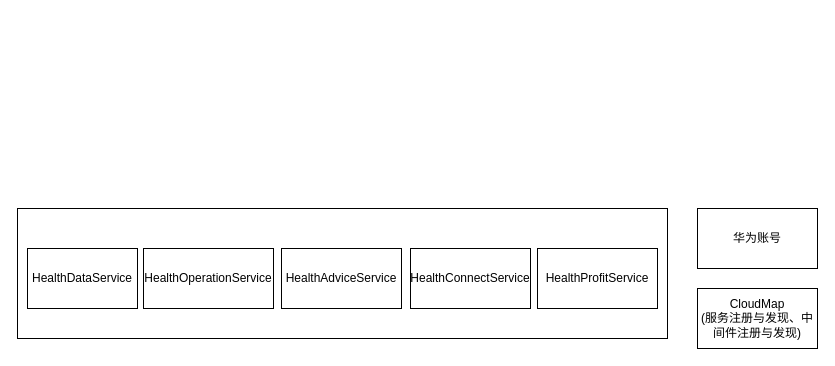
Above: 运动健康云架构--第1层服务粒度架构.drawio in HuaHero/interview (draw.io), before the change. Source tidied: cells renumbered, new cells numbered last; positions are measured from the earlier drawing's top-left corner, leaving out a move shared by most shapes. Both pictures are drawn from the tidied source at 100%, with x=0, y=0 at pixel (17, 208).
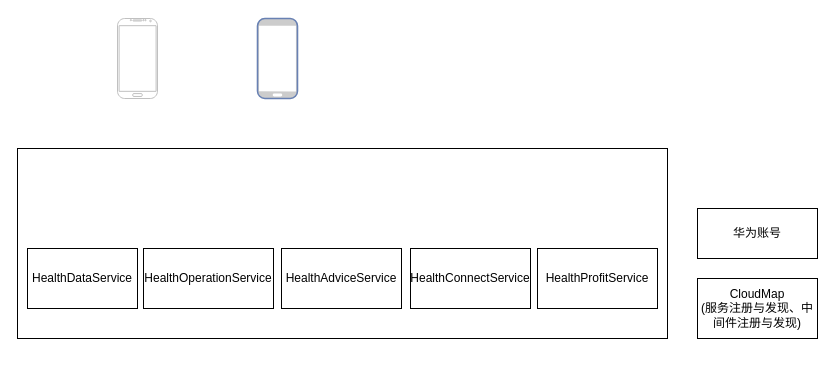
Above is the later version.

Commit message (it also covers changes not shown here):
更新运动健康云架构--第1层服务粒度架构.drawio

The edit, as a diff of the source:
```diff
@@
 <mxGraphModel>
   <root>
     <mxCell id="0" />
     <mxCell id="1" parent="0" />
     <mxCell id="2" style="rounded=0;whiteSpace=wrap;html=1;" parent="1" vertex="1">
-      <mxGeometry width="650" height="130" as="geometry" />
+      <mxGeometry y="-60" width="650" height="190" as="geometry" />
     </mxCell>
     <mxCell id="3" value="华为账号" style="rounded=0;whiteSpace=wrap;html=1;" parent="1" vertex="1">
-      <mxGeometry x="680" width="120" height="60" as="geometry" />
+      <mxGeometry x="680" width="120" height="50" as="geometry" />
     </mxCell>
     <mxCell id="4" value="HealthDataService" style="rounded=0;whiteSpace=wrap;html=1;" parent="1" vertex="1">
       <mxGeometry x="10" y="40" width="110" height="60" as="geometry" />
     </mxCell>
     <mxCell id="5" value="HealthOperationService" style="rounded=0;whiteSpace=wrap;html=1;" parent="1" vertex="1">
       <mxGeometry x="126" y="40" width="130" height="60" as="geometry" />
     </mxCell>
     <mxCell id="6" value="HealthAdviceService" style="rounded=0;whiteSpace=wrap;html=1;" parent="1" vertex="1">
       <mxGeometry x="264" y="40" width="120" height="60" as="geometry" />
     </mxCell>
     <mxCell id="7" value="HealthConnectService" style="rounded=0;whiteSpace=wrap;html=1;" parent="1" vertex="1">
       <mxGeometry x="393" y="40" width="120" height="60" as="geometry" />
     </mxCell>
     <mxCell id="8" value="HealthProfitService" style="rounded=0;whiteSpace=wrap;html=1;" parent="1" vertex="1">
       <mxGeometry x="520" y="40" width="120" height="60" as="geometry" />
     </mxCell>
     <mxCell id="9" value="CloudMap&lt;br&gt;(服务注册与发现、中间件注册与发现)" style="rounded=0;whiteSpace=wrap;html=1;" parent="1" vertex="1">
-      <mxGeometry x="680" y="80" width="120" height="60" as="geometry" />
+      <mxGeometry x="680" y="70" width="120" height="60" as="geometry" />
     </mxCell>
+    <mxCell id="10" style="verticalLabelPosition=bottom;verticalAlign=top;html=1;shadow=0;dashed=0;strokeWidth=1;shape=mxgraph.android.phone2;strokeColor=#c0c0c0;" parent="1" vertex="1">
+      <mxGeometry x="100" y="-190" width="40" height="80" as="geometry" />
+    </mxCell>
+    <mxCell id="11" style="fontColor=#0066CC;verticalAlign=top;verticalLabelPosition=bottom;labelPosition=center;align=center;html=1;fillColor=#CCCCCC;strokeColor=#6881B3;gradientColor=none;gradientDirection=north;strokeWidth=2;shape=mxgraph.networks.mobile;" parent="1" vertex="1">
+      <mxGeometry x="240" y="-190" width="40" height="80" as="geometry" />
+    </mxCell>
   </root>
 </mxGraphModel>
```
